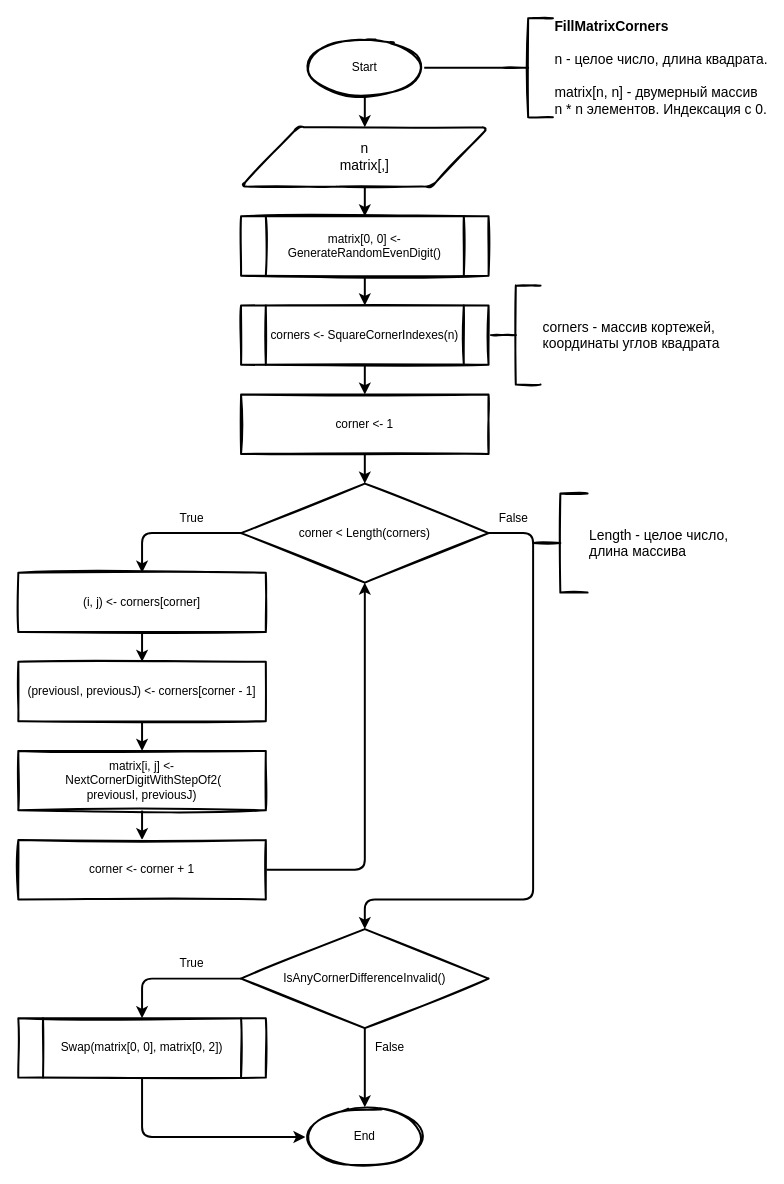
Above: page "FillMatrixCorners" (3 of 7) of AAP/homework/Untitled Diagram.drawio in nikitakaralius/University (draw.io), before the change. Source tidied: cells renumbered, new cells numbered last; positions are measured from the earlier drawing's top-left corner, leaving out a move shared by most shapes. Both pictures are drawn from the tidied source at 99%, with x=0, y=0 at pixel (18, 18).
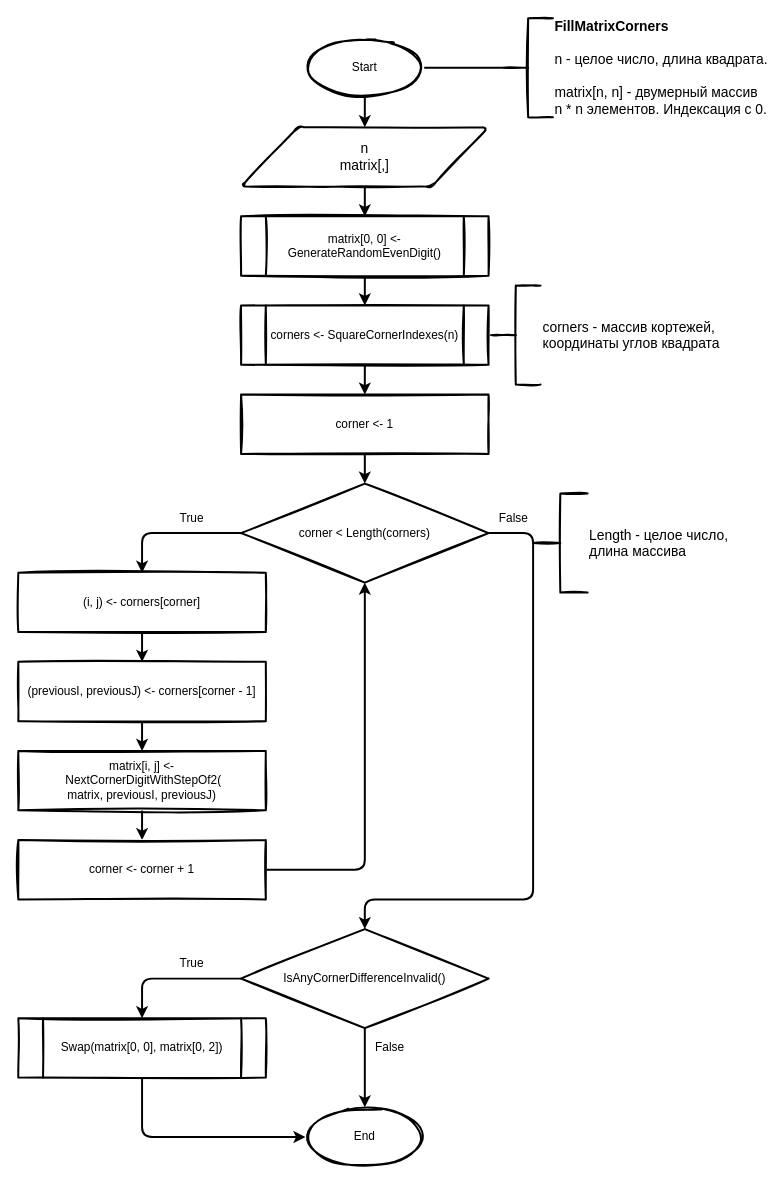
Above is the later version.

Change to the diagram source:
```diff
@@
-    <mxCell id="22" value="matrix[i, j] &amp;lt;-&lt;br&gt;&amp;nbsp;NextCornerDigitWithStepOf2(&lt;br&gt;previousI, previousJ)" style="rounded=0;whiteSpace=wrap;html=1;sketch=1;strokeWidth=2;" parent="1" vertex="1">
+    <mxCell id="22" value="matrix[i, j] &amp;lt;-&lt;br&gt;&amp;nbsp;NextCornerDigitWithStepOf2(&lt;br&gt;matrix,&amp;nbsp;previousI, previousJ)" style="rounded=0;whiteSpace=wrap;html=1;sketch=1;strokeWidth=2;" parent="1" vertex="1">
       <mxGeometry y="740" width="250" height="60" as="geometry" />
     </mxCell>
```
